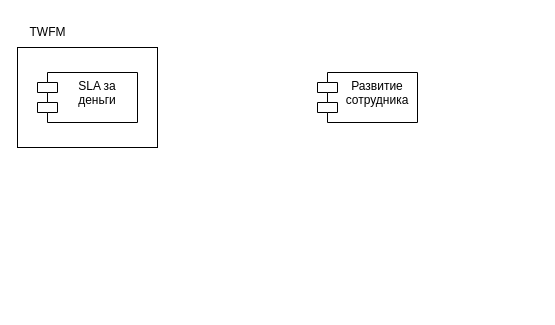
Earlier version of the draw.io diagram page "Эффективность сотрудника" (2 of 3) of Платформа Обслуживания.drawio (alexAkselrod/uml). Source tidied: cells renumbered, new cells numbered last; positions are measured from the earlier drawing's top-left corner, leaving out a move shared by most shapes. Both pictures are drawn from the tidied source at 100%, with x=0, y=0 at pixel (17, 17).
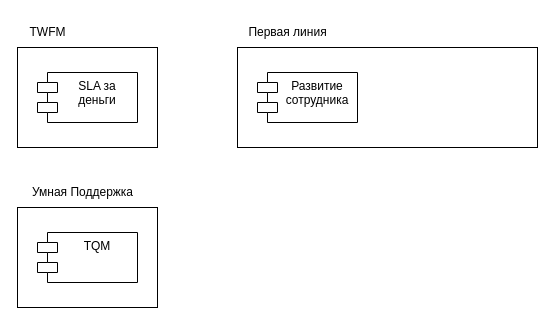
The same diagram, later.

Change to the diagram source:
```diff
@@
 <mxGraphModel>
   <root>
     <mxCell id="0" />
     <mxCell id="1" parent="0" />
+    <mxCell id="6" style="rounded=0;whiteSpace=wrap;html=1;" parent="1" vertex="1">
+      <mxGeometry x="220" y="30" width="300" height="100" as="geometry" />
+    </mxCell>
     <mxCell id="2" style="rounded=0;whiteSpace=wrap;html=1;" parent="1" vertex="1">
       <mxGeometry y="30" width="140" height="100" as="geometry" />
     </mxCell>
     <mxCell id="3" value="SLA за деньги" style="shape=module;align=left;spacingLeft=20;align=center;verticalAlign=top;whiteSpace=wrap;html=1;" parent="1" vertex="1">
       <mxGeometry x="20" y="55" width="100" height="50" as="geometry" />
     </mxCell>
     <mxCell id="4" value="Развитие сотрудника" style="shape=module;align=left;spacingLeft=20;align=center;verticalAlign=top;whiteSpace=wrap;html=1;" parent="1" vertex="1">
-      <mxGeometry x="300" y="55" width="100" height="50" as="geometry" />
+      <mxGeometry x="240" y="55" width="100" height="50" as="geometry" />
     </mxCell>
     <mxCell id="5" value="TWFM" style="text;html=1;align=center;verticalAlign=middle;strokeColor=none;fillColor=none;" parent="1" vertex="1">
       <mxGeometry width="60" height="30" as="geometry" />
     </mxCell>
+    <mxCell id="7" value="Первая линия" style="text;html=1;align=center;verticalAlign=middle;strokeColor=none;fillColor=none;" parent="1" vertex="1">
+      <mxGeometry x="220" width="100" height="30" as="geometry" />
+    </mxCell>
+    <mxCell id="8" style="rounded=0;whiteSpace=wrap;html=1;" parent="1" vertex="1">
+      <mxGeometry y="190" width="140" height="100" as="geometry" />
+    </mxCell>
+    <mxCell id="9" value="TQM" style="shape=module;align=left;spacingLeft=20;align=center;verticalAlign=top;whiteSpace=wrap;html=1;" parent="1" vertex="1">
+      <mxGeometry x="20" y="215" width="100" height="50" as="geometry" />
+    </mxCell>
+    <mxCell id="10" value="Умная Поддержка" style="text;html=1;align=center;verticalAlign=middle;strokeColor=none;fillColor=none;" parent="1" vertex="1">
+      <mxGeometry y="160" width="130" height="30" as="geometry" />
+    </mxCell>
   </root>
 </mxGraphModel>
```
